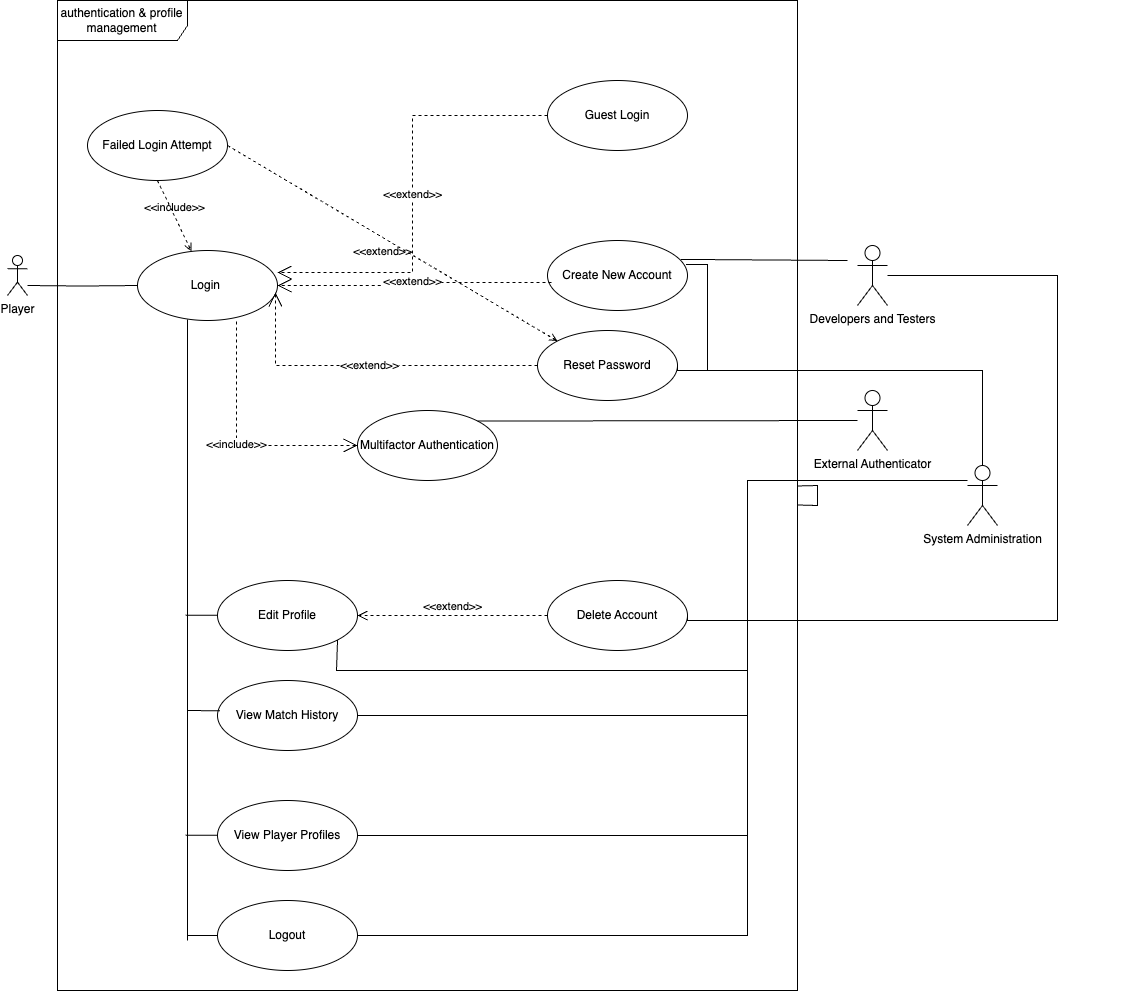
Before: Authentication Team Files/use_case_diagram_authentication.png, a diagram exported from draw.io (kelsierfin/BasicGamingPlatform). Source tidied: cells renumbered, new cells last; positions are measured from the earlier drawing's top-left corner, leaving out a move shared by most shapes. The source it was exported from:
```xml
<mxGraphModel>
  <root>
    <mxCell id="0" />
    <mxCell id="1" parent="0" />
    <mxCell id="2" value="authentication &amp;amp; profile management" style="shape=umlFrame;whiteSpace=wrap;html=1;width=130;height=40;" parent="1" vertex="1">
      <mxGeometry x="50" width="740" height="990" as="geometry" />
    </mxCell>
    <mxCell id="3" value="Player" style="shape=umlActor;verticalLabelPosition=bottom;verticalAlign=top;html=1;" parent="1" vertex="1">
      <mxGeometry y="255" width="20" height="40" as="geometry" />
    </mxCell>
    <mxCell id="4" value="Login&amp;nbsp;" style="ellipse;whiteSpace=wrap;html=1;" parent="1" vertex="1">
      <mxGeometry x="130" y="250" width="140" height="70" as="geometry" />
    </mxCell>
    <mxCell id="5" value="Guest Login" style="ellipse;whiteSpace=wrap;html=1;" parent="1" vertex="1">
      <mxGeometry x="540" y="80" width="140" height="70" as="geometry" />
    </mxCell>
    <mxCell id="6" value="Reset Password" style="ellipse;whiteSpace=wrap;html=1;" parent="1" vertex="1">
      <mxGeometry x="530" y="330" width="140" height="70" as="geometry" />
    </mxCell>
    <mxCell id="7" value="Create New Account" style="ellipse;whiteSpace=wrap;html=1;" parent="1" vertex="1">
      <mxGeometry x="540" y="240" width="140" height="70" as="geometry" />
    </mxCell>
    <mxCell id="8" value="Edit Profile" style="ellipse;whiteSpace=wrap;html=1;" parent="1" vertex="1">
      <mxGeometry x="210" y="580" width="140" height="70" as="geometry" />
    </mxCell>
    <mxCell id="9" value="Logout" style="ellipse;whiteSpace=wrap;html=1;" parent="1" vertex="1">
      <mxGeometry x="210" y="900" width="140" height="70" as="geometry" />
    </mxCell>
    <mxCell id="10" value="Multifactor Authentication" style="ellipse;whiteSpace=wrap;html=1;" parent="1" vertex="1">
      <mxGeometry x="350" y="410" width="140" height="70" as="geometry" />
    </mxCell>
    <mxCell id="11" value="Delete Account" style="ellipse;whiteSpace=wrap;html=1;" parent="1" vertex="1">
      <mxGeometry x="540" y="580" width="140" height="70" as="geometry" />
    </mxCell>
    <mxCell id="12" value="View Player Profiles" style="ellipse;whiteSpace=wrap;html=1;" parent="1" vertex="1">
      <mxGeometry x="210" y="800" width="140" height="70" as="geometry" />
    </mxCell>
    <mxCell id="13" style="endArrow=none;html=1;rounded=0;entryX=0;entryY=0.5;entryDx=0;entryDy=0;edgeStyle=orthogonalEdgeStyle;" parent="1" edge="1" target="4">
      <mxGeometry relative="1" as="geometry">
        <mxPoint x="20" y="285" as="sourcePoint" />
      </mxGeometry>
    </mxCell>
    <mxCell id="14" value="&amp;lt;&amp;lt;extend&amp;gt;&amp;gt;" style="endArrow=open;endSize=12;dashed=1;html=1;rounded=0;entryX=1;entryY=0.314;entryDx=0;entryDy=0;entryPerimeter=0;exitX=0;exitY=0.5;exitDx=0;exitDy=0;edgeStyle=orthogonalEdgeStyle;" parent="1" edge="1" source="5" target="4">
      <mxGeometry relative="1" as="geometry" />
    </mxCell>
    <mxCell id="15" value="&amp;lt;&amp;lt;extend&amp;gt;&amp;gt;" style="endArrow=open;endSize=12;dashed=1;html=1;rounded=0;exitX=0.029;exitY=0.6;exitDx=0;exitDy=0;edgeStyle=orthogonalEdgeStyle;exitPerimeter=0;entryX=1;entryY=0.5;entryDx=0;entryDy=0;" parent="1" edge="1" source="7" target="4">
      <mxGeometry relative="1" as="geometry" />
    </mxCell>
    <mxCell id="16" value="&amp;lt;&amp;lt;extend&amp;gt;&amp;gt;" style="endArrow=open;endSize=12;dashed=1;html=1;rounded=0;exitX=0;exitY=0.5;exitDx=0;exitDy=0;edgeStyle=orthogonalEdgeStyle;entryX=0.986;entryY=0.6;entryDx=0;entryDy=0;entryPerimeter=0;" parent="1" edge="1" source="6" target="4">
      <mxGeometry relative="1" as="geometry" />
    </mxCell>
    <mxCell id="17" value="&amp;lt;&amp;lt;include&amp;gt;&amp;gt;" style="endArrow=open;endSize=12;dashed=1;html=1;rounded=0;exitX=0.707;exitY=1.014;exitDx=0;exitDy=0;exitPerimeter=0;entryX=0;entryY=0.5;entryDx=0;entryDy=0;edgeStyle=orthogonalEdgeStyle;" parent="1" edge="1" source="4" target="10">
      <mxGeometry relative="1" as="geometry" />
    </mxCell>
    <mxCell id="18" value="&amp;lt;&amp;lt;extend&amp;gt;&amp;gt;" style="html=1;verticalAlign=bottom;endArrow=open;dashed=1;endSize=8;curved=0;rounded=0;entryX=1;entryY=0.5;entryDx=0;entryDy=0;exitX=0;exitY=0.5;exitDx=0;exitDy=0;" parent="1" edge="1" source="11" target="8">
      <mxGeometry relative="1" as="geometry" />
    </mxCell>
    <mxCell id="19" value="System Administration" style="shape=umlActor;verticalLabelPosition=bottom;verticalAlign=top;html=1;outlineConnect=0;" parent="1" vertex="1">
      <mxGeometry x="960" y="465" width="30" height="60" as="geometry" />
    </mxCell>
    <mxCell id="20" value="Developers and Testers" style="shape=umlActor;verticalLabelPosition=bottom;verticalAlign=top;html=1;outlineConnect=0;" parent="1" vertex="1">
      <mxGeometry x="850" y="245" width="30" height="60" as="geometry" />
    </mxCell>
    <mxCell id="21" value="External Authenticator" style="shape=umlActor;verticalLabelPosition=bottom;verticalAlign=top;html=1;outlineConnect=0;" parent="1" vertex="1">
      <mxGeometry x="850" y="390" width="30" height="60" as="geometry" />
    </mxCell>
    <mxCell id="22" value="View Match History" style="ellipse;whiteSpace=wrap;html=1;" parent="1" vertex="1">
      <mxGeometry x="210" y="680" width="140" height="70" as="geometry" />
    </mxCell>
    <mxCell id="23" style="endArrow=none;html=1;rounded=0;entryX=0.017;entryY=0.433;entryDx=0;entryDy=0;entryPerimeter=0;" parent="1" edge="1" target="22">
      <mxGeometry relative="1" as="geometry">
        <mxPoint x="180" y="710" as="sourcePoint" />
      </mxGeometry>
    </mxCell>
    <mxCell id="24" style="endArrow=none;html=1;rounded=0;exitX=1;exitY=0.5;exitDx=0;exitDy=0;edgeStyle=orthogonalEdgeStyle;" parent="1" edge="1" source="12" target="19">
      <mxGeometry relative="1" as="geometry">
        <Array as="points">
          <mxPoint x="740" y="835" />
          <mxPoint x="740" y="480" />
        </Array>
      </mxGeometry>
    </mxCell>
    <mxCell id="25" style="endArrow=none;html=1;rounded=0;exitX=1;exitY=0.5;exitDx=0;exitDy=0;edgeStyle=orthogonalEdgeStyle;" parent="1" edge="1" source="9" target="19">
      <mxGeometry relative="1" as="geometry">
        <Array as="points">
          <mxPoint x="740" y="935" />
          <mxPoint x="740" y="480" />
        </Array>
      </mxGeometry>
    </mxCell>
    <mxCell id="26" style="endArrow=none;html=1;rounded=0;exitX=1;exitY=0.5;exitDx=0;exitDy=0;edgeStyle=orthogonalEdgeStyle;" parent="1" edge="1" source="22" target="19">
      <mxGeometry relative="1" as="geometry">
        <Array as="points">
          <mxPoint x="740" y="715" />
          <mxPoint x="740" y="480" />
        </Array>
      </mxGeometry>
    </mxCell>
    <mxCell id="27" style="endArrow=none;html=1;rounded=0;exitX=1;exitY=1;exitDx=0;exitDy=0;edgeStyle=orthogonalEdgeStyle;" parent="1" edge="1" source="8" target="19">
      <mxGeometry relative="1" as="geometry">
        <Array as="points">
          <mxPoint x="329" y="670" />
          <mxPoint x="740" y="670" />
          <mxPoint x="740" y="480" />
        </Array>
      </mxGeometry>
    </mxCell>
    <mxCell id="28" style="endArrow=none;html=1;rounded=0;exitX=1;exitY=0.5;exitDx=0;exitDy=0;edgeStyle=orthogonalEdgeStyle;" parent="1" edge="1" source="11" target="19">
      <mxGeometry relative="1" as="geometry">
        <Array as="points">
          <mxPoint x="680" y="620" />
          <mxPoint x="740" y="620" />
          <mxPoint x="740" y="480" />
        </Array>
      </mxGeometry>
    </mxCell>
    <mxCell id="29" style="endArrow=none;html=1;rounded=0;exitX=1;exitY=0.5;exitDx=0;exitDy=0;edgeStyle=orthogonalEdgeStyle;" parent="1" edge="1" source="6" target="19">
      <mxGeometry relative="1" as="geometry">
        <Array as="points">
          <mxPoint x="670" y="370" />
          <mxPoint x="975" y="370" />
        </Array>
      </mxGeometry>
    </mxCell>
    <mxCell id="30" style="endArrow=none;html=1;rounded=0;exitX=1;exitY=0;exitDx=0;exitDy=0;" parent="1" edge="1" source="10" target="21">
      <mxGeometry relative="1" as="geometry" />
    </mxCell>
    <mxCell id="31" style="endArrow=none;html=1;rounded=0;exitX=0.99;exitY=0.343;exitDx=0;exitDy=0;exitPerimeter=0;edgeStyle=orthogonalEdgeStyle;" parent="1" edge="1" source="7" target="19">
      <mxGeometry relative="1" as="geometry">
        <Array as="points">
          <mxPoint x="700" y="264" />
          <mxPoint x="700" y="370" />
          <mxPoint x="975" y="370" />
        </Array>
      </mxGeometry>
    </mxCell>
    <mxCell id="32" style="endArrow=none;html=1;rounded=0;exitX=0.951;exitY=0.27;exitDx=0;exitDy=0;exitPerimeter=0;" parent="1" edge="1" source="7">
      <mxGeometry relative="1" as="geometry">
        <mxPoint x="840" y="260" as="targetPoint" />
      </mxGeometry>
    </mxCell>
    <mxCell id="33" style="endArrow=none;html=1;rounded=0;edgeStyle=orthogonalEdgeStyle;" parent="1" edge="1" target="20">
      <mxGeometry relative="1" as="geometry">
        <mxPoint x="680" y="620" as="sourcePoint" />
        <Array as="points">
          <mxPoint x="1050" y="620" />
          <mxPoint x="1050" y="275" />
        </Array>
      </mxGeometry>
    </mxCell>
    <mxCell id="34" style="endArrow=none;html=1;rounded=0;strokeColor=light-dark(#FFFFFF,#FFFFFF);" parent="1" edge="1">
      <mxGeometry relative="1" as="geometry">
        <mxPoint x="1080" y="540" as="sourcePoint" />
        <mxPoint x="1130" y="490" as="targetPoint" />
      </mxGeometry>
    </mxCell>
    <mxCell id="35" value="Failed Login Attempt" style="ellipse;whiteSpace=wrap;html=1;" parent="1" vertex="1">
      <mxGeometry x="80" y="110" width="140" height="70" as="geometry" />
    </mxCell>
    <mxCell id="36" style="endArrow=none;html=1;rounded=0;" parent="1" edge="1" source="2" target="2">
      <mxGeometry relative="1" as="geometry" />
    </mxCell>
    <mxCell id="37" value="&amp;lt;&amp;lt;extend&amp;gt;&amp;gt;" style="html=1;verticalAlign=bottom;labelBackgroundColor=none;endArrow=open;endFill=0;dashed=1;rounded=0;entryX=0;entryY=0;entryDx=0;entryDy=0;exitX=1;exitY=0.5;exitDx=0;exitDy=0;" parent="1" edge="1" source="35" target="6">
      <mxGeometry y="-20" relative="1" as="geometry" />
    </mxCell>
    <mxCell id="38" value="&amp;lt;&amp;lt;include&lt;span style=&quot;background-color: transparent; color: light-dark(rgb(0, 0, 0), rgb(255, 255, 255));&quot;&gt;&amp;gt;&amp;gt;&lt;/span&gt;" style="html=1;verticalAlign=bottom;labelBackgroundColor=none;endArrow=open;endFill=0;dashed=1;rounded=0;exitX=0.5;exitY=1;exitDx=0;exitDy=0;" parent="1" edge="1" source="35" target="4">
      <mxGeometry relative="1" as="geometry" />
    </mxCell>
    <mxCell id="39" style="endArrow=none;html=1;rounded=0;" parent="1" edge="1" source="2" target="2">
      <mxGeometry relative="1" as="geometry" />
    </mxCell>
    <mxCell id="40" style="endArrow=none;html=1;rounded=0;" parent="1" edge="1">
      <mxGeometry relative="1" as="geometry">
        <mxPoint x="180" y="710" as="sourcePoint" />
        <mxPoint x="180" y="319" as="targetPoint" />
      </mxGeometry>
    </mxCell>
    <mxCell id="41" style="endArrow=none;html=1;rounded=0;entryX=0;entryY=0.5;entryDx=0;entryDy=0;" parent="1" edge="1" target="9">
      <mxGeometry relative="1" as="geometry">
        <mxPoint x="180" y="935" as="sourcePoint" />
      </mxGeometry>
    </mxCell>
    <mxCell id="42" style="endArrow=none;html=1;rounded=0;" parent="1" edge="1">
      <mxGeometry relative="1" as="geometry">
        <mxPoint x="180" y="940" as="sourcePoint" />
        <mxPoint x="180" y="690" as="targetPoint" />
      </mxGeometry>
    </mxCell>
    <mxCell id="43" style="endArrow=none;html=1;rounded=0;entryX=0.017;entryY=0.433;entryDx=0;entryDy=0;entryPerimeter=0;" parent="1" edge="1">
      <mxGeometry relative="1" as="geometry">
        <mxPoint x="178" y="834.8" as="sourcePoint" />
        <mxPoint x="210" y="834.8" as="targetPoint" />
      </mxGeometry>
    </mxCell>
    <mxCell id="44" style="endArrow=none;html=1;rounded=0;entryX=0.017;entryY=0.433;entryDx=0;entryDy=0;entryPerimeter=0;" parent="1" edge="1">
      <mxGeometry relative="1" as="geometry">
        <mxPoint x="178" y="614.8" as="sourcePoint" />
        <mxPoint x="210" y="614.8" as="targetPoint" />
      </mxGeometry>
    </mxCell>
  </root>
</mxGraphModel>
```
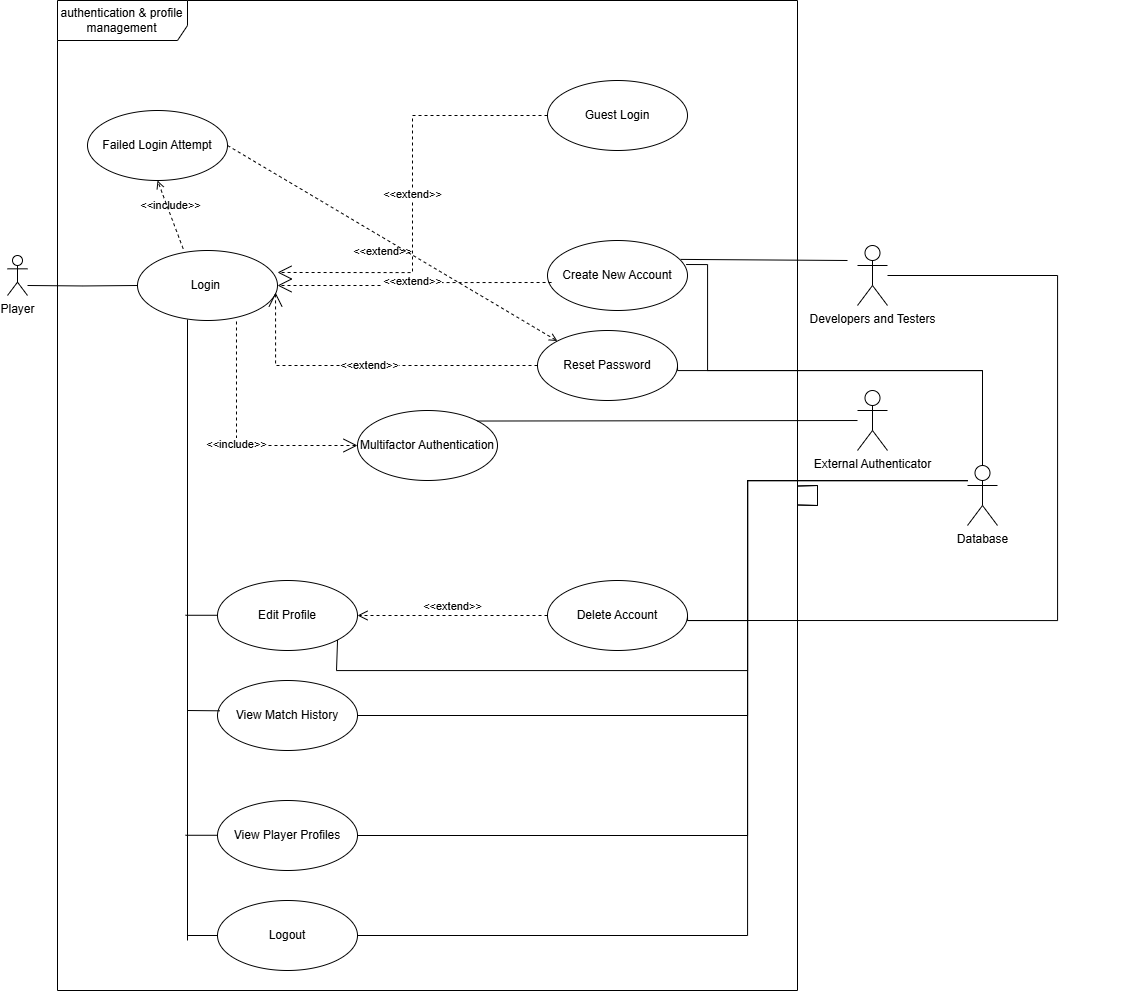
After the commit.

Commit message:
updated use case diagram for authentication and profile team

What changed in the source:
```diff
@@ -55,7 +55,7 @@
     <mxCell id="18" value="&amp;lt;&amp;lt;extend&amp;gt;&amp;gt;" style="html=1;verticalAlign=bottom;endArrow=open;dashed=1;endSize=8;curved=0;rounded=0;entryX=1;entryY=0.5;entryDx=0;entryDy=0;exitX=0;exitY=0.5;exitDx=0;exitDy=0;" parent="1" edge="1" source="11" target="8">
       <mxGeometry relative="1" as="geometry" />
     </mxCell>
-    <mxCell id="19" value="System Administration" style="shape=umlActor;verticalLabelPosition=bottom;verticalAlign=top;html=1;outlineConnect=0;" parent="1" vertex="1">
+    <mxCell id="19" value="Database" style="shape=umlActor;verticalLabelPosition=bottom;verticalAlign=top;html=1;outlineConnect=0;" parent="1" vertex="1">
       <mxGeometry x="960" y="465" width="30" height="60" as="geometry" />
     </mxCell>
     <mxCell id="20" value="Developers and Testers" style="shape=umlActor;verticalLabelPosition=bottom;verticalAlign=top;html=1;outlineConnect=0;" parent="1" vertex="1">
@@ -163,7 +163,7 @@
     <mxCell id="37" value="&amp;lt;&amp;lt;extend&amp;gt;&amp;gt;" style="html=1;verticalAlign=bottom;labelBackgroundColor=none;endArrow=open;endFill=0;dashed=1;rounded=0;entryX=0;entryY=0;entryDx=0;entryDy=0;exitX=1;exitY=0.5;exitDx=0;exitDy=0;" parent="1" edge="1" source="35" target="6">
       <mxGeometry y="-20" relative="1" as="geometry" />
     </mxCell>
-    <mxCell id="38" value="&amp;lt;&amp;lt;include&lt;span style=&quot;background-color: transparent; color: light-dark(rgb(0, 0, 0), rgb(255, 255, 255));&quot;&gt;&amp;gt;&amp;gt;&lt;/span&gt;" style="html=1;verticalAlign=bottom;labelBackgroundColor=none;endArrow=open;endFill=0;dashed=1;rounded=0;exitX=0.5;exitY=1;exitDx=0;exitDy=0;" parent="1" edge="1" source="35" target="4">
+    <mxCell id="38" value="&amp;lt;&amp;lt;include&lt;span style=&quot;background-color: transparent; color: light-dark(rgb(0, 0, 0), rgb(255, 255, 255));&quot;&gt;&amp;gt;&amp;gt;&lt;/span&gt;" style="html=1;verticalAlign=bottom;labelBackgroundColor=none;endArrow=open;endFill=0;dashed=1;rounded=0;exitX=0.326;exitY=-0.026;exitDx=0;exitDy=0;exitPerimeter=0;entryX=0.5;entryY=1;entryDx=0;entryDy=0;" parent="1" edge="1" source="4" target="35">
       <mxGeometry relative="1" as="geometry" />
     </mxCell>
     <mxCell id="39" style="endArrow=none;html=1;rounded=0;" parent="1" edge="1" source="2" target="2">
```
